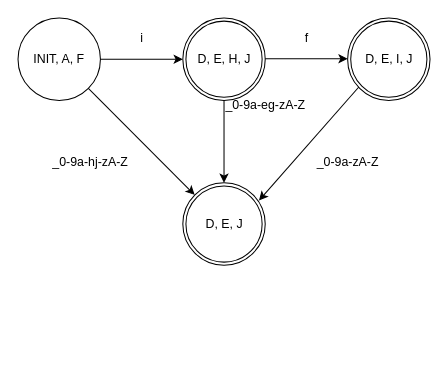
zhiyuan5986/draw_io keeps this draw.io diagram as draw/assign0923NFA1.drawio. Above is the earlier version. Source tidied: cells renumbered, new cells numbered last; positions are measured from the earlier drawing's top-left corner, leaving out a move shared by most shapes. Both pictures are drawn from the tidied source at 103%, with x=0, y=0 at pixel (18, 18).
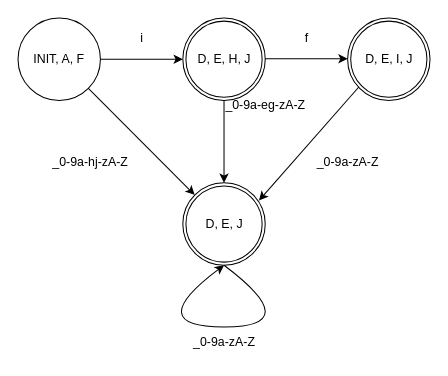
The same page after the edit.

What changed in the source:
```diff
@@
+    <mxCell id="19" style="curved=1;endArrow=classic;html=1;rounded=0;" parent="1" edge="1">
+      <mxGeometry relative="1" as="geometry">
+        <mxPoint x="200" y="240" as="sourcePoint" />
+        <mxPoint x="200" y="240" as="targetPoint" />
+        <Array as="points">
+          <mxPoint x="280" y="300" />
+          <mxPoint x="120" y="300" />
+        </Array>
+      </mxGeometry>
+    </mxCell>
+    <mxCell id="20" value="_0-9a-zA-Z" style="text;html=1;align=center;verticalAlign=middle;strokeColor=none;fillColor=none;" parent="1" vertex="1">
+      <mxGeometry x="160" y="300" width="80" height="30" as="geometry" />
+    </mxCell>
```
